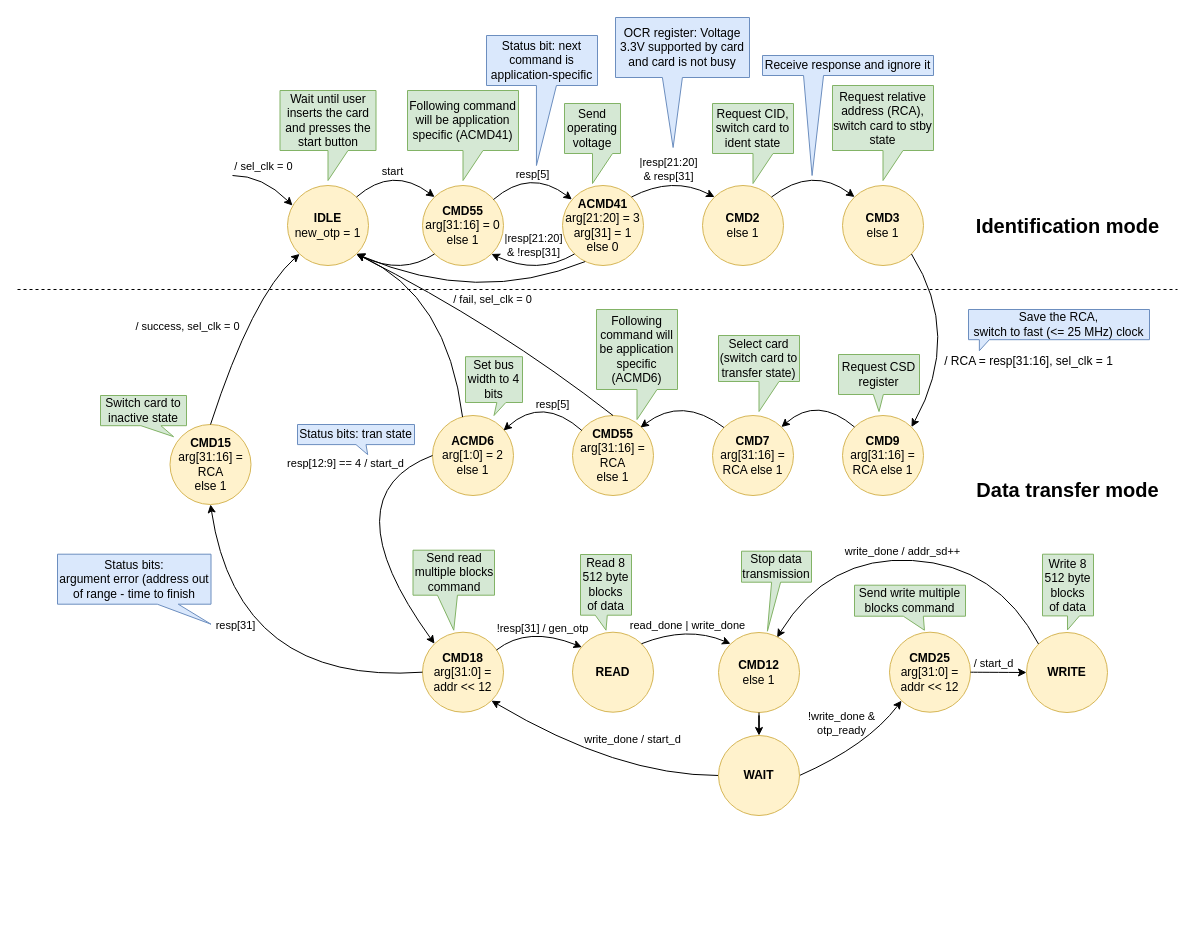
Earlier version of the draw.io diagram docs/SD/SD_fpga_states.drawio (sirazenkov/GhostSD). Source tidied: cells renumbered, new cells numbered last; positions are measured from the earlier drawing's top-left corner, leaving out a move shared by most shapes. Both pictures are drawn from the tidied source at 100%, with x=0, y=0 at pixel (17, 17).
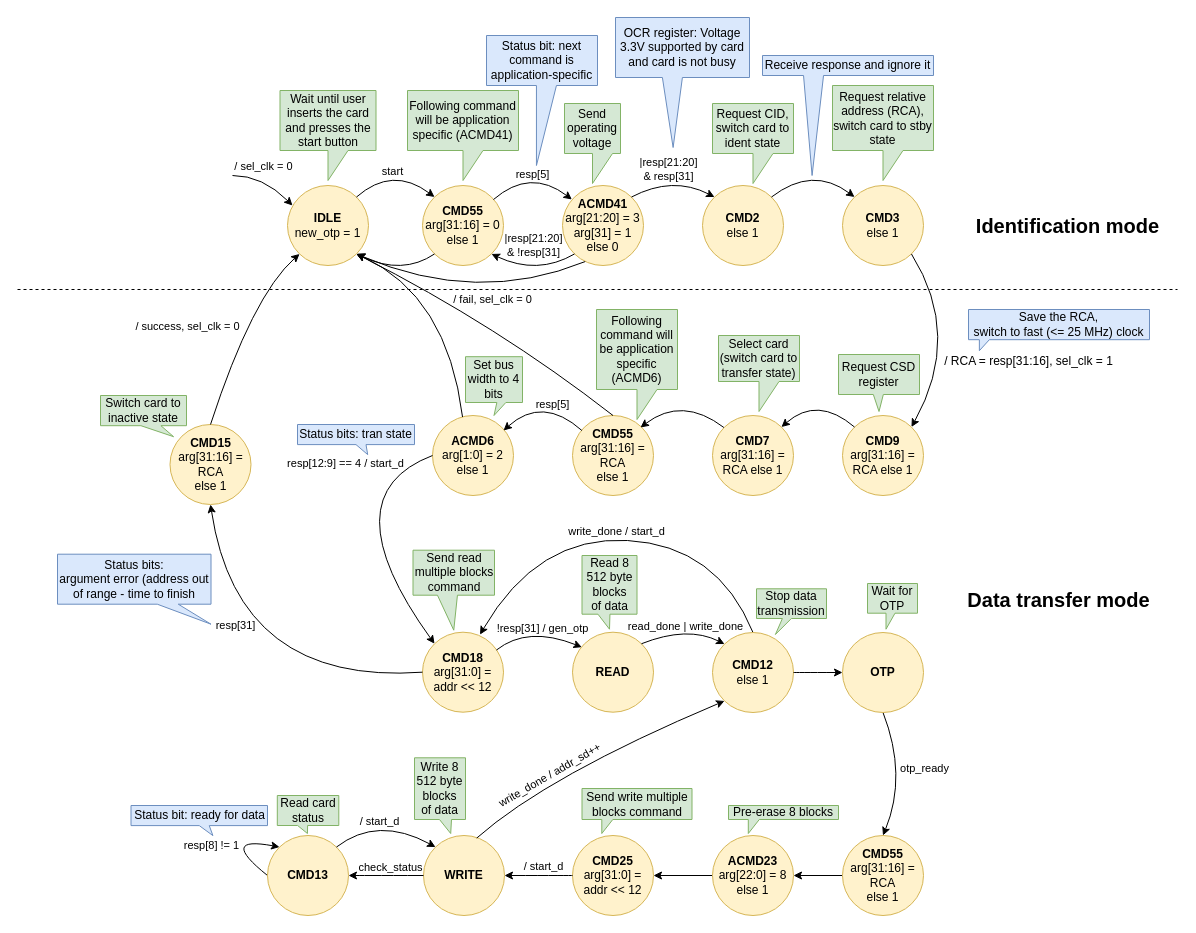
After the change.

Commit message (it also covers changes not shown here):
Added pre-erase and check status commands on SD FSM diagram

The change refers to these unchanged cells:
```xml
<mxCell id="25" value="&lt;b&gt;CMD18&lt;/b&gt;&lt;br&gt;arg[31:0] = addr &amp;lt;&amp;lt; 12" style="ellipse;whiteSpace=wrap;html=1;fillColor=#fff2cc;strokeColor=#d6b656;" parent="1" vertex="1">
  <mxGeometry x="405" y="614.7" width="81" height="80" as="geometry" />
</mxCell>
<mxCell id="63" value="&lt;b&gt;READ&lt;/b&gt;" style="ellipse;whiteSpace=wrap;html=1;fillColor=#fff2cc;strokeColor=#d6b656;" parent="1" vertex="1">
  <mxGeometry x="555" y="614.7" width="81" height="80" as="geometry" />
</mxCell>
```

Change to the diagram source:
```diff
@@
     <mxCell id="28" value="&lt;b&gt;CMD25&lt;/b&gt;&lt;br&gt;arg[31:0] = addr &amp;lt;&amp;lt; 12" style="ellipse;whiteSpace=wrap;html=1;fillColor=#fff2cc;strokeColor=#d6b656;" parent="1" vertex="1">
-      <mxGeometry x="872" y="614.7" width="81" height="80" as="geometry" />
+      <mxGeometry x="555" y="818" width="81" height="80" as="geometry" />
     </mxCell>
@@
-    <mxCell id="31" style="curved=1;endArrow=classic;html=1;rounded=0;entryX=1;entryY=1;entryDx=0;entryDy=0;exitX=0;exitY=0.5;exitDx=0;exitDy=0;" parent="1" edge="1" source="81" target="25">
+    <mxCell id="31" style="curved=1;endArrow=classic;html=1;rounded=0;entryX=0.71;entryY=0.03;entryDx=0;entryDy=0;exitX=0.5;exitY=0;exitDx=0;exitDy=0;entryPerimeter=0;" parent="1" edge="1" source="80" target="25">
       <mxGeometry relative="1" as="geometry">
         <Array as="points">
-          <mxPoint x="600" y="758" />
+          <mxPoint x="700" y="528" />
+          <mxPoint x="520" y="518" />
         </Array>
       </mxGeometry>
     </mxCell>
     <mxCell id="32" value="write_done / start_d" style="edgeLabel;html=1;align=center;verticalAlign=middle;" parent="31" vertex="1">
       <mxGeometry x="-0.22" y="13" relative="1" as="geometry">
-        <mxPoint x="10" y="-50" as="offset" />
+        <mxPoint x="-43" y="-24" as="offset" />
       </mxGeometry>
     </mxCell>
@@
-    <mxCell id="45" value="Send write multiple blocks command" style="shape=callout;whiteSpace=wrap;html=1;perimeter=calloutPerimeter;fillColor=#d5e8d4;strokeColor=#82b366;size=14;position=0.44;position2=0.63;" parent="1" vertex="1">
-      <mxGeometry x="837" y="567.7" width="111" height="45" as="geometry" />
+    <mxCell id="45" value="Send write multiple blocks command" style="shape=callout;whiteSpace=wrap;html=1;perimeter=calloutPerimeter;fillColor=#d5e8d4;strokeColor=#82b366;size=14;position=0.18;position2=0.18;base=11;" parent="1" vertex="1">
+      <mxGeometry x="564.5" y="771" width="110" height="45" as="geometry" />
     </mxCell>
@@
     <mxCell id="54" value="&lt;font style=&quot;font-size: 20px;&quot;&gt;&lt;b&gt;Data transfer mode&lt;/b&gt;&lt;/font&gt;" style="text;html=1;strokeColor=none;fillColor=none;align=center;verticalAlign=middle;whiteSpace=wrap;rounded=0;labelBackgroundColor=none;" parent="1" vertex="1">
-      <mxGeometry x="955" y="457" width="191" height="30" as="geometry" />
+      <mxGeometry x="946" y="567" width="191" height="30" as="geometry" />
     </mxCell>
@@
     <mxCell id="62" value="Read 8 512 byte&lt;br&gt;&amp;nbsp;blocks&amp;nbsp; of data" style="shape=callout;whiteSpace=wrap;html=1;perimeter=calloutPerimeter;fillColor=#d5e8d4;strokeColor=#82b366;size=15;position=0.29;base=12;" parent="1" vertex="1">
-      <mxGeometry x="563" y="537" width="51" height="75.7" as="geometry" />
+      <mxGeometry x="564.5" y="538" width="55" height="73.7" as="geometry" />
     </mxCell>
@@
     <mxCell id="64" value="&lt;b&gt;WRITE&lt;/b&gt;" style="ellipse;whiteSpace=wrap;html=1;fillColor=#fff2cc;strokeColor=#d6b656;" parent="1" vertex="1">
-      <mxGeometry x="1009" y="615" width="81" height="80" as="geometry" />
+      <mxGeometry x="406" y="818" width="81" height="80" as="geometry" />
     </mxCell>
-    <mxCell id="65" style="curved=1;endArrow=classic;html=1;rounded=0;entryX=0;entryY=0;entryDx=0;entryDy=0;exitX=1;exitY=0;exitDx=0;exitDy=0;" parent="1" edge="1" source="63">
+    <mxCell id="65" style="curved=1;endArrow=classic;html=1;rounded=0;entryX=0;entryY=0;entryDx=0;entryDy=0;exitX=1;exitY=0;exitDx=0;exitDy=0;" parent="1" edge="1" source="63" target="80">
       <mxGeometry relative="1" as="geometry">
-        <mxPoint x="713" y="626.3" as="targetPoint" />
         <Array as="points">
           <mxPoint x="670" y="608" />
         </Array>
       </mxGeometry>
     </mxCell>
@@
-    <mxCell id="67" style="curved=1;endArrow=classic;html=1;rounded=0;entryX=0;entryY=0.5;entryDx=0;entryDy=0;exitX=1;exitY=0.5;exitDx=0;exitDy=0;" parent="1" edge="1" source="28" target="64">
+    <mxCell id="67" style="curved=1;endArrow=classic;html=1;rounded=0;entryX=1;entryY=0.5;entryDx=0;entryDy=0;exitX=0;exitY=0.5;exitDx=0;exitDy=0;" parent="1" edge="1" source="28" target="64">
       <mxGeometry relative="1" as="geometry" />
     </mxCell>
     <mxCell id="68" value="/ start_d" style="edgeLabel;html=1;align=center;verticalAlign=middle;" parent="67" vertex="1">
       <mxGeometry x="0.14" y="-10" relative="1" as="geometry">
-        <mxPoint x="-9" y="-19" as="offset" />
+        <mxPoint x="9" as="offset" />
       </mxGeometry>
     </mxCell>
@@
-    <mxCell id="74" style="curved=1;endArrow=none;html=1;rounded=0;exitX=0;exitY=1;exitDx=0;exitDy=0;entryX=1;entryY=0.5;entryDx=0;entryDy=0;startArrow=classic;startFill=1;endFill=0;" parent="1" edge="1" source="28" target="81">
+    <mxCell id="74" style="curved=1;endArrow=none;html=1;rounded=0;entryX=0.5;entryY=1;entryDx=0;entryDy=0;startArrow=classic;startFill=1;endFill=0;exitX=0.5;exitY=0;exitDx=0;exitDy=0;" parent="1" edge="1" source="89" target="81">
       <mxGeometry relative="1" as="geometry">
         <Array as="points">
-          <mxPoint x="850" y="728" />
+          <mxPoint x="890" y="758" />
         </Array>
       </mxGeometry>
     </mxCell>
-    <mxCell id="75" value="!write_done&amp;nbsp;&amp;amp; &lt;br&gt;otp_ready" style="edgeLabel;html=1;align=center;verticalAlign=middle;labelBackgroundColor=none;" parent="74" vertex="1">
+    <mxCell id="75" value="otp_ready" style="edgeLabel;html=1;align=center;verticalAlign=middle;labelBackgroundColor=none;" parent="74" vertex="1">
       <mxGeometry x="-0.33" y="2" relative="1" as="geometry">
-        <mxPoint x="-36" y="-14" as="offset" />
+        <mxPoint x="26" y="-26" as="offset" />
       </mxGeometry>
     </mxCell>
-    <mxCell id="76" style="curved=1;endArrow=classic;html=1;rounded=0;entryX=0.724;entryY=0.066;entryDx=0;entryDy=0;exitX=0;exitY=0;exitDx=0;exitDy=0;entryPerimeter=0;" parent="1" edge="1" source="64">
+    <mxCell id="76" style="curved=1;endArrow=classic;html=1;rounded=0;exitX=0.657;exitY=0.032;exitDx=0;exitDy=0;entryX=0;entryY=1;entryDx=0;entryDy=0;exitPerimeter=0;" parent="1" edge="1" source="64" target="80">
       <mxGeometry relative="1" as="geometry">
-        <mxPoint x="759.6" y="620" as="targetPoint" />
         <Array as="points">
-          <mxPoint x="980" y="548" />
-          <mxPoint x="810" y="538" />
+          <mxPoint x="530" y="758" />
         </Array>
       </mxGeometry>
     </mxCell>
-    <mxCell id="77" value="write_done / addr_sd++" style="edgeLabel;html=1;align=center;verticalAlign=middle;" parent="76" vertex="1">
+    <mxCell id="77" value="write_done / addr_sd++" style="edgeLabel;html=1;align=center;verticalAlign=middle;rotation=-30;" parent="76" vertex="1">
       <mxGeometry x="0.14" y="-10" relative="1" as="geometry">
-        <mxPoint x="17" y="2" as="offset" />
+        <mxPoint x="-66" y="17" as="offset" />
       </mxGeometry>
     </mxCell>
-    <mxCell id="78" value="Stop data transmission" style="shape=callout;whiteSpace=wrap;html=1;perimeter=calloutPerimeter;fillColor=#d5e8d4;strokeColor=#82b366;size=49;position=0.43;position2=0.37;base=9;" parent="1" vertex="1">
-      <mxGeometry x="724" y="533.7" width="70" height="80" as="geometry" />
+    <mxCell id="78" value="Stop data transmission" style="shape=callout;whiteSpace=wrap;html=1;perimeter=calloutPerimeter;fillColor=#d5e8d4;strokeColor=#82b366;size=16;position=0.37;position2=0.27;base=9;" parent="1" vertex="1">
+      <mxGeometry x="739" y="571.3" width="70" height="45.7" as="geometry" />
     </mxCell>
-    <mxCell id="79" value="Write 8 512 byte&lt;br&gt;&amp;nbsp;blocks&amp;nbsp; of data" style="shape=callout;whiteSpace=wrap;html=1;perimeter=calloutPerimeter;fillColor=#d5e8d4;strokeColor=#82b366;size=14;position=0.49;base=12;position2=0.49;" parent="1" vertex="1">
-      <mxGeometry x="1025" y="536.7" width="51" height="75.7" as="geometry" />
+    <mxCell id="79" value="Write 8 512 byte&lt;br&gt;&amp;nbsp;blocks&amp;nbsp; of data" style="shape=callout;whiteSpace=wrap;html=1;perimeter=calloutPerimeter;fillColor=#d5e8d4;strokeColor=#82b366;size=14;position=0.49;base=12;position2=0.71;" parent="1" vertex="1">
+      <mxGeometry x="397" y="740.3" width="51" height="75.7" as="geometry" />
     </mxCell>
     <mxCell id="80" value="&lt;b&gt;CMD12&lt;/b&gt;&lt;br&gt;else 1" style="ellipse;whiteSpace=wrap;html=1;fillColor=#fff2cc;strokeColor=#d6b656;" parent="1" vertex="1">
-      <mxGeometry x="701" y="615" width="81" height="80" as="geometry" />
+      <mxGeometry x="695" y="615" width="81" height="80" as="geometry" />
     </mxCell>
-    <mxCell id="81" value="&lt;b&gt;WAIT&lt;/b&gt;" style="ellipse;whiteSpace=wrap;html=1;fillColor=#fff2cc;strokeColor=#d6b656;" parent="1" vertex="1">
-      <mxGeometry x="701" y="718" width="81" height="80" as="geometry" />
+    <mxCell id="81" value="&lt;b&gt;OTP&lt;/b&gt;" style="ellipse;whiteSpace=wrap;html=1;fillColor=#fff2cc;strokeColor=#d6b656;" parent="1" vertex="1">
+      <mxGeometry x="825" y="615" width="81" height="80" as="geometry" />
     </mxCell>
+    <mxCell id="83" style="curved=1;endArrow=none;html=1;rounded=0;entryX=0;entryY=0.5;entryDx=0;entryDy=0;startArrow=classic;startFill=1;endFill=0;exitX=1;exitY=0.5;exitDx=0;exitDy=0;" parent="1" edge="1" source="87" target="64">
+      <mxGeometry relative="1" as="geometry" />
+    </mxCell>
+    <mxCell id="84" value="check_status" style="edgeLabel;html=1;align=center;verticalAlign=middle;labelBackgroundColor=none;" parent="83" vertex="1">
+      <mxGeometry x="-0.33" y="2" relative="1" as="geometry">
+        <mxPoint x="16" y="-7" as="offset" />
+      </mxGeometry>
+    </mxCell>
+    <mxCell id="85" style="curved=1;endArrow=none;html=1;rounded=0;startArrow=classic;startFill=1;endFill=0;exitX=0;exitY=0;exitDx=0;exitDy=0;entryX=0;entryY=0.5;entryDx=0;entryDy=0;" parent="1" edge="1" source="87" target="87">
+      <mxGeometry relative="1" as="geometry">
+        <Array as="points">
+          <mxPoint x="200" y="818" />
+        </Array>
+      </mxGeometry>
+    </mxCell>
+    <mxCell id="86" value="resp[8] != 1" style="edgeLabel;html=1;align=center;verticalAlign=middle;labelBackgroundColor=none;" parent="85" vertex="1">
+      <mxGeometry x="-0.33" y="2" relative="1" as="geometry">
+        <mxPoint x="-26" y="4" as="offset" />
+      </mxGeometry>
+    </mxCell>
-    <mxCell id="82" style="edgeStyle=orthogonalEdgeStyle;rounded=0;jettySize=auto;html=1;entryX=0.5;entryY=0;entryDx=0;entryDy=0;" parent="1" edge="1" source="80" target="81">
+    <mxCell id="82" style="curved=1;endArrow=classic;html=1;rounded=0;exitX=1;exitY=0.5;exitDx=0;exitDy=0;entryX=0;entryY=0.5;entryDx=0;entryDy=0;" parent="1" edge="1" source="80" target="81">
       <mxGeometry relative="1" as="geometry" />
     </mxCell>
+    <mxCell id="87" value="&lt;b&gt;CMD13&lt;/b&gt;" style="ellipse;whiteSpace=wrap;html=1;fillColor=#fff2cc;strokeColor=#d6b656;" parent="1" vertex="1">
+      <mxGeometry x="250" y="818" width="81" height="80" as="geometry" />
+    </mxCell>
+    <mxCell id="88" style="edgeStyle=orthogonalEdgeStyle;rounded=0;jettySize=auto;html=1;" parent="1" edge="1" source="89" target="91">
+      <mxGeometry relative="1" as="geometry" />
+    </mxCell>
+    <mxCell id="89" value="&lt;b&gt;CMD55&lt;/b&gt;&lt;br&gt;arg[31:16] = RCA&lt;br&gt;else 1" style="ellipse;whiteSpace=wrap;html=1;fillColor=#fff2cc;strokeColor=#d6b656;" parent="1" vertex="1">
+      <mxGeometry x="825" y="818" width="81" height="80" as="geometry" />
+    </mxCell>
+    <mxCell id="90" style="edgeStyle=orthogonalEdgeStyle;rounded=0;jettySize=auto;html=1;entryX=1;entryY=0.5;entryDx=0;entryDy=0;" parent="1" edge="1" source="91" target="28">
+      <mxGeometry relative="1" as="geometry" />
+    </mxCell>
+    <mxCell id="91" value="&lt;b&gt;ACMD23&lt;/b&gt;&lt;br&gt;arg[22:0] = 8&lt;br&gt;else 1" style="ellipse;whiteSpace=wrap;html=1;fillColor=#fff2cc;strokeColor=#d6b656;" parent="1" vertex="1">
+      <mxGeometry x="695" y="818" width="81" height="80" as="geometry" />
+    </mxCell>
+    <mxCell id="92" value="Pre-erase 8 blocks" style="shape=callout;whiteSpace=wrap;html=1;perimeter=calloutPerimeter;fillColor=#d5e8d4;strokeColor=#82b366;size=14;position=0.18;position2=0.18;base=11;" parent="1" vertex="1">
+      <mxGeometry x="711" y="788" width="110" height="28" as="geometry" />
+    </mxCell>
+    <mxCell id="93" style="curved=1;endArrow=none;html=1;rounded=0;startArrow=classic;startFill=1;endFill=0;exitX=0;exitY=0;exitDx=0;exitDy=0;entryX=1;entryY=0;entryDx=0;entryDy=0;" parent="1" edge="1" source="64" target="87">
+      <mxGeometry relative="1" as="geometry">
+        <Array as="points">
+          <mxPoint x="360" y="798" />
+        </Array>
+      </mxGeometry>
+    </mxCell>
+    <mxCell id="94" value="/ start_d" style="edgeLabel;html=1;align=center;verticalAlign=middle;" parent="93" vertex="1">
+      <mxGeometry x="-0.01" y="11" relative="1" as="geometry">
+        <mxPoint y="-8" as="offset" />
+      </mxGeometry>
+    </mxCell>
+    <mxCell id="95" value="Status bit: ready for data" style="shape=callout;whiteSpace=wrap;html=1;perimeter=calloutPerimeter;fillColor=#dae8fc;strokeColor=#6c8ebf;size=10;position=0.5;position2=0.6;base=10;" parent="1" vertex="1">
+      <mxGeometry x="113.5" y="788" width="136.5" height="30.1" as="geometry" />
+    </mxCell>
+    <mxCell id="96" value="Read card status" style="shape=callout;whiteSpace=wrap;html=1;perimeter=calloutPerimeter;fillColor=#d5e8d4;strokeColor=#82b366;size=8;position=0.33;position2=0.49;base=10;" parent="1" vertex="1">
+      <mxGeometry x="259.8" y="778" width="61.5" height="38" as="geometry" />
+    </mxCell>
+    <mxCell id="97" value="Wait for OTP" style="shape=callout;whiteSpace=wrap;html=1;perimeter=calloutPerimeter;fillColor=#d5e8d4;strokeColor=#82b366;size=16;position=0.37;position2=0.37;base=9;" parent="1" vertex="1">
+      <mxGeometry x="850" y="566" width="50" height="45.7" as="geometry" />
+    </mxCell>
```
